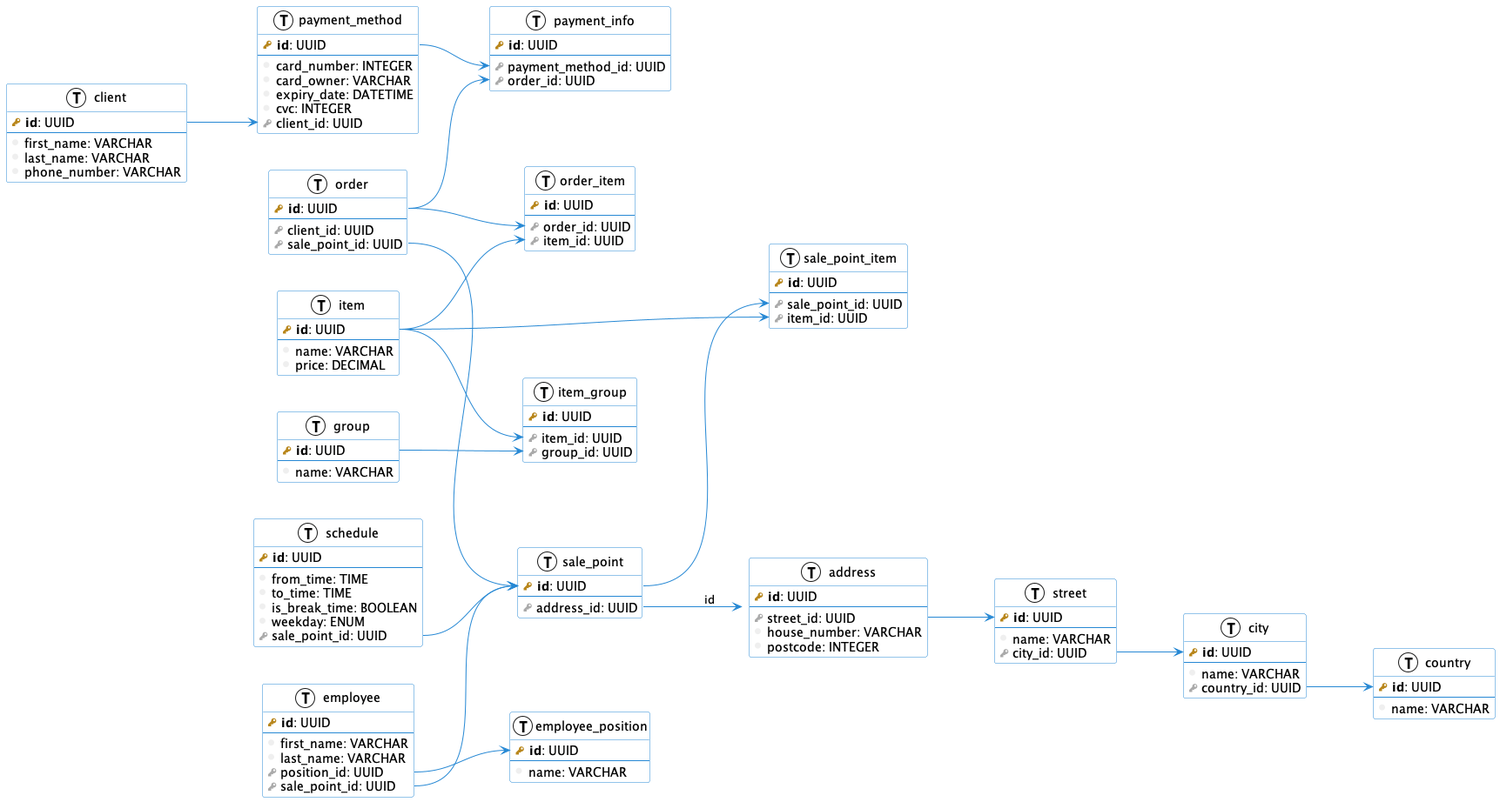
Above: db.png in danilshvalov/databases-lab (PlantUML), before the change.
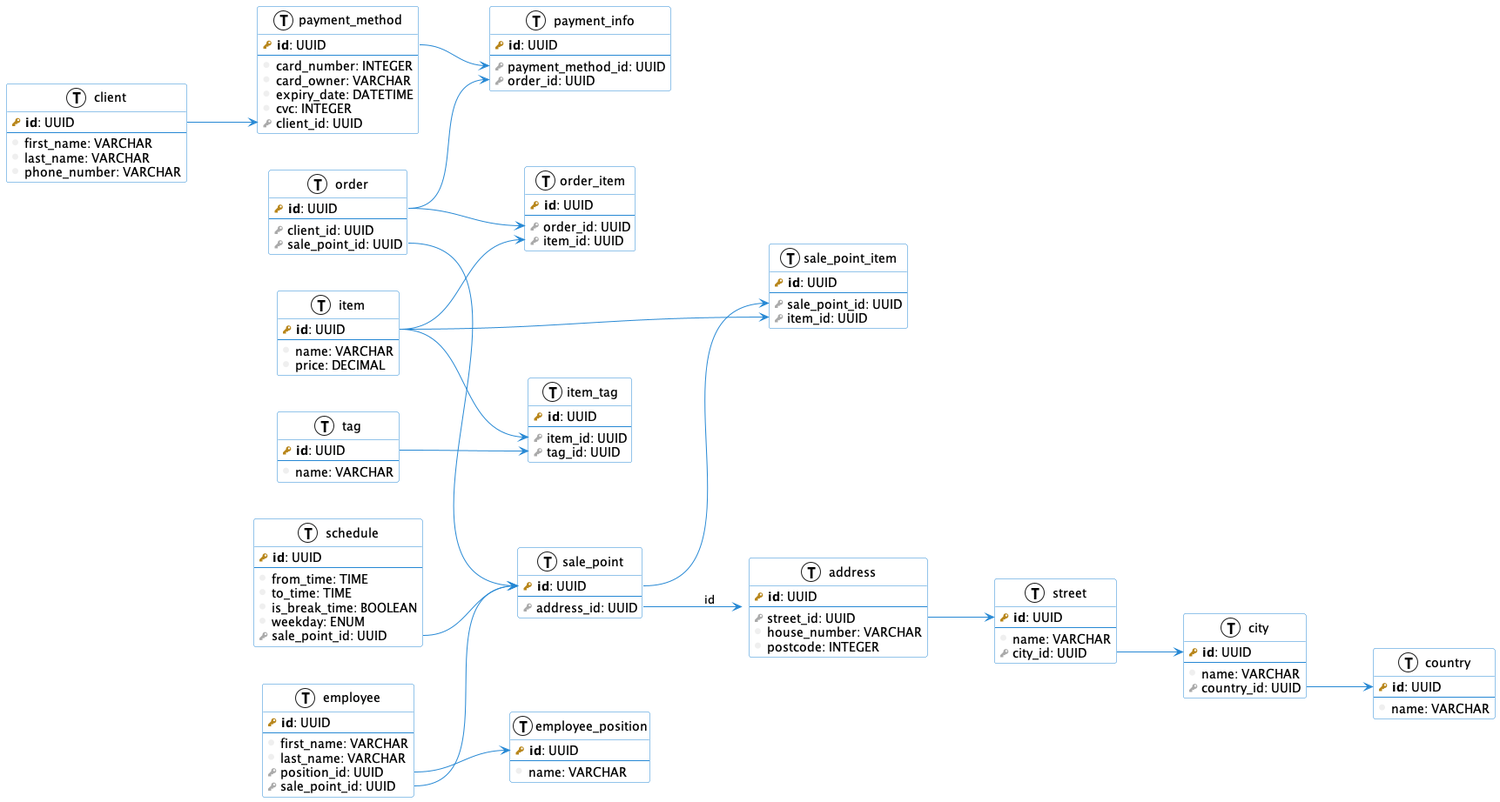
After the commit.

Commit message:
refactor(uml): rename `group` to `tag`

Change to the diagram source:
```diff
@@ -46,17 +46,17 @@
     column(price): DECIMAL
 }
 
-table(group) {
+table(tag) {
     primary_key(id): UUID
     --
     column(name): VARCHAR
 }
 
-table(item_group) {
+table(item_tag) {
     primary_key(id): UUID
     --
     foreign_key(item_id): UUID
-    foreign_key(group_id): UUID
+    foreign_key(tag_id): UUID
 }
 
 table(order) {
@@ -150,8 +150,8 @@
 order::id --> order_item::order_id
 item::id --> order_item::item_id
 
-item::id --> item_group::item_id
-group::id --> item_group::group_id
+item::id --> item_tag::item_id
+tag::id --> item_tag::tag_id
 
 order::sale_point_id --> sale_point::id
 
```
